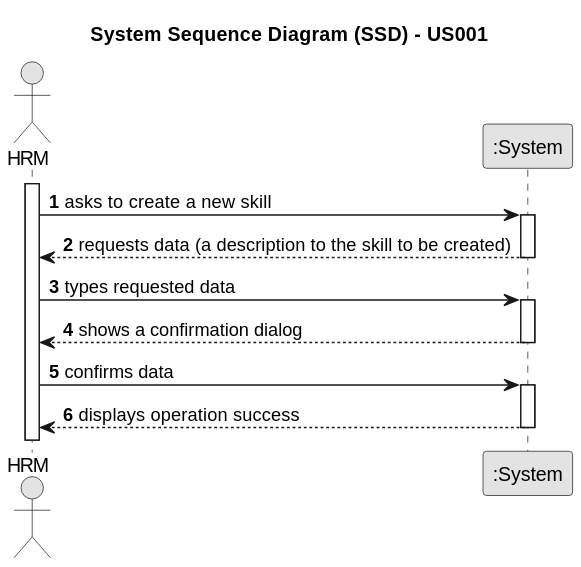
The PlantUML diagram docs/sprintB/us001/01.requirements-engineering/svg/us001-system-sequence-diagram-alternative-one.svg in ricardomm7/leaflink, before a commit. The source it was exported from:
```plantuml
@startuml
skinparam monochrome true
skinparam packageStyle rectangle
skinparam shadowing false

title System Sequence Diagram (SSD) - US001

autonumber

actor "HRM" as HRM
participant ":System" as System

activate HRM

    HRM -> System : asks to create a new skill
    activate System

        System --> HRM : requests data (a description to the skill to be created)
    deactivate System

    HRM -> System : types requested data
    activate System

        System --> HRM : shows a confirmation dialog
    deactivate System

    HRM -> System : confirms data
    activate System

        System --> HRM : displays operation success
    deactivate System
@enduml
```
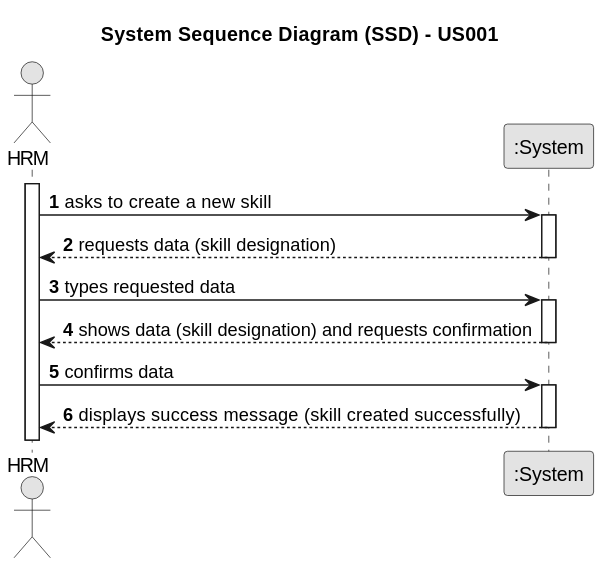
The same file after the commit.

What changed in the source:
```diff
@@ -15,18 +15,18 @@
     HRM -> System : asks to create a new skill
     activate System
 
-        System --> HRM : requests data (a description to the skill to be created)
+        System --> HRM : requests data (skill designation)
     deactivate System
 
     HRM -> System : types requested data
     activate System
 
-        System --> HRM : shows a confirmation dialog
+        System --> HRM : shows data (skill designation) and requests confirmation
     deactivate System
 
     HRM -> System : confirms data
     activate System
 
-        System --> HRM : displays operation success
+        System --> HRM : displays success message (skill created successfully)
     deactivate System
 @enduml
```
